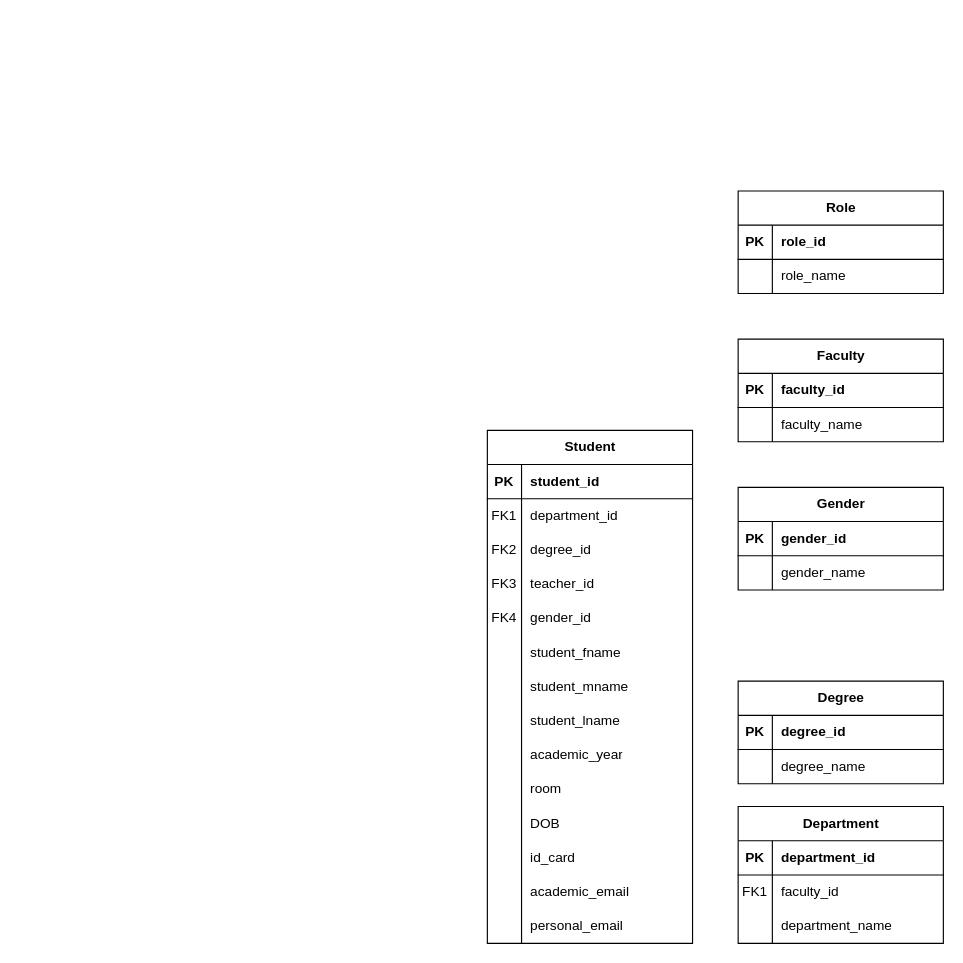
The draw.io diagram ER-LearningMate.drawio in LonebirdRamin/LearningMate, before the edit. Source tidied: cells renumbered, new cells numbered last; positions are measured from the earlier drawing's top-left corner, leaving out a move shared by most shapes. Both pictures are drawn from the tidied source at 114%, with x=0, y=0 at pixel (487, 190).
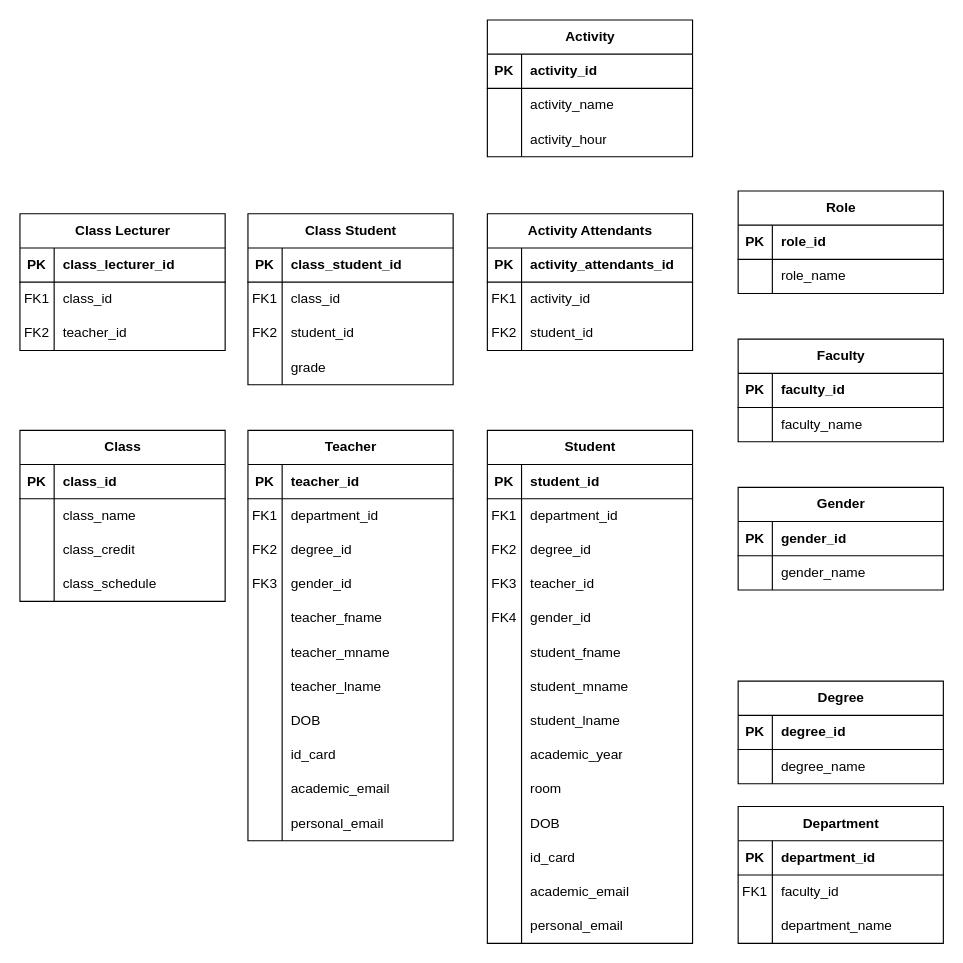
After the change.

Commit message:
Update ER-LearningMate.drawio, Complete personal info for student

What changed in the source:
```diff
@@
+    <mxCell id="83" value="Teacher" style="shape=table;startSize=30;childLayout=tableLayout;rowLines=0;fontStyle=1;align=center;html=1;" parent="1" vertex="1">
+      <mxGeometry x="-210" y="210" width="180" height="360" as="geometry" />
+    </mxCell>
+    <mxCell id="84" style="shape=tableRow;horizontal=0;startSize=0;swimlaneHead=0;swimlaneBody=0;fillColor=none;top=0;left=0;right=0;bottom=1;" parent="83" vertex="1">
+      <mxGeometry y="30" width="180" height="30" as="geometry" />
+    </mxCell>
+    <mxCell id="85" value="PK" style="shape=partialRectangle;fillColor=none;top=0;left=0;bottom=0;right=0;fontStyle=1;overflow=hidden;whiteSpace=wrap;html=1;" parent="84" vertex="1">
+      <mxGeometry width="30" height="30" as="geometry" />
+    </mxCell>
+    <mxCell id="86" value="teacher_id" style="shape=partialRectangle;fillColor=none;top=0;left=0;bottom=0;right=0;align=left;spacingLeft=6;fontStyle=1;overflow=hidden;whiteSpace=wrap;html=1;" parent="84" vertex="1">
+      <mxGeometry x="30" width="150" height="30" as="geometry" />
+    </mxCell>
+    <mxCell id="87" style="shape=tableRow;horizontal=0;startSize=0;swimlaneHead=0;swimlaneBody=0;fillColor=none;top=0;left=0;right=0;bottom=0;" parent="83" vertex="1">
+      <mxGeometry y="60" width="180" height="30" as="geometry" />
+    </mxCell>
+    <mxCell id="88" value="FK1" style="shape=partialRectangle;fillColor=none;top=0;left=0;bottom=0;right=0;overflow=hidden;whiteSpace=wrap;html=1;" parent="87" vertex="1">
+      <mxGeometry width="30" height="30" as="geometry" />
+    </mxCell>
+    <mxCell id="89" value="department_id" style="shape=partialRectangle;fillColor=none;top=0;left=0;bottom=0;right=0;align=left;spacingLeft=6;overflow=hidden;whiteSpace=wrap;html=1;" parent="87" vertex="1">
+      <mxGeometry x="30" width="150" height="30" as="geometry" />
+    </mxCell>
+    <mxCell id="90" style="shape=tableRow;horizontal=0;startSize=0;swimlaneHead=0;swimlaneBody=0;fillColor=none;top=0;left=0;right=0;bottom=0;" parent="83" vertex="1">
+      <mxGeometry y="90" width="180" height="30" as="geometry" />
+    </mxCell>
+    <mxCell id="91" value="FK2" style="shape=partialRectangle;fillColor=none;top=0;left=0;bottom=0;right=0;overflow=hidden;whiteSpace=wrap;html=1;" parent="90" vertex="1">
+      <mxGeometry width="30" height="30" as="geometry" />
+    </mxCell>
+    <mxCell id="92" value="degree_id" style="shape=partialRectangle;fillColor=none;top=0;left=0;bottom=0;right=0;align=left;spacingLeft=6;overflow=hidden;whiteSpace=wrap;html=1;" parent="90" vertex="1">
+      <mxGeometry x="30" width="150" height="30" as="geometry" />
+    </mxCell>
+    <mxCell id="93" style="shape=tableRow;horizontal=0;startSize=0;swimlaneHead=0;swimlaneBody=0;fillColor=none;top=0;left=0;right=0;bottom=0;" parent="83" vertex="1">
+      <mxGeometry y="120" width="180" height="30" as="geometry" />
+    </mxCell>
+    <mxCell id="94" value="FK3" style="shape=partialRectangle;fillColor=none;top=0;left=0;bottom=0;right=0;overflow=hidden;whiteSpace=wrap;html=1;" parent="93" vertex="1">
+      <mxGeometry width="30" height="30" as="geometry" />
+    </mxCell>
+    <mxCell id="95" value="gender_id" style="shape=partialRectangle;fillColor=none;top=0;left=0;bottom=0;right=0;align=left;spacingLeft=6;overflow=hidden;whiteSpace=wrap;html=1;" parent="93" vertex="1">
+      <mxGeometry x="30" width="150" height="30" as="geometry" />
+    </mxCell>
+    <mxCell id="96" style="shape=tableRow;horizontal=0;startSize=0;swimlaneHead=0;swimlaneBody=0;fillColor=none;top=0;left=0;right=0;bottom=0;" parent="83" vertex="1">
+      <mxGeometry y="150" width="180" height="30" as="geometry" />
+    </mxCell>
+    <mxCell id="97" style="shape=partialRectangle;fillColor=none;top=0;left=0;bottom=0;right=0;overflow=hidden;whiteSpace=wrap;html=1;" parent="96" vertex="1">
+      <mxGeometry width="30" height="30" as="geometry" />
+    </mxCell>
+    <mxCell id="98" value="teacher_fname" style="shape=partialRectangle;fillColor=none;top=0;left=0;bottom=0;right=0;align=left;spacingLeft=6;overflow=hidden;whiteSpace=wrap;html=1;" parent="96" vertex="1">
+      <mxGeometry x="30" width="150" height="30" as="geometry" />
+    </mxCell>
+    <mxCell id="99" style="shape=tableRow;horizontal=0;startSize=0;swimlaneHead=0;swimlaneBody=0;fillColor=none;top=0;left=0;right=0;bottom=0;" parent="83" vertex="1">
+      <mxGeometry y="180" width="180" height="30" as="geometry" />
+    </mxCell>
+    <mxCell id="100" style="shape=partialRectangle;fillColor=none;top=0;left=0;bottom=0;right=0;overflow=hidden;whiteSpace=wrap;html=1;" parent="99" vertex="1">
+      <mxGeometry width="30" height="30" as="geometry" />
+    </mxCell>
+    <mxCell id="101" value="teacher_mname" style="shape=partialRectangle;fillColor=none;top=0;left=0;bottom=0;right=0;align=left;spacingLeft=6;overflow=hidden;whiteSpace=wrap;html=1;" parent="99" vertex="1">
+      <mxGeometry x="30" width="150" height="30" as="geometry" />
+    </mxCell>
+    <mxCell id="102" style="shape=tableRow;horizontal=0;startSize=0;swimlaneHead=0;swimlaneBody=0;fillColor=none;top=0;left=0;right=0;bottom=0;" parent="83" vertex="1">
+      <mxGeometry y="210" width="180" height="30" as="geometry" />
+    </mxCell>
+    <mxCell id="103" style="shape=partialRectangle;fillColor=none;top=0;left=0;bottom=0;right=0;overflow=hidden;whiteSpace=wrap;html=1;" parent="102" vertex="1">
+      <mxGeometry width="30" height="30" as="geometry" />
+    </mxCell>
+    <mxCell id="104" value="teacher_lname" style="shape=partialRectangle;fillColor=none;top=0;left=0;bottom=0;right=0;align=left;spacingLeft=6;overflow=hidden;whiteSpace=wrap;html=1;" parent="102" vertex="1">
+      <mxGeometry x="30" width="150" height="30" as="geometry" />
+    </mxCell>
+    <mxCell id="105" style="shape=tableRow;horizontal=0;startSize=0;swimlaneHead=0;swimlaneBody=0;fillColor=none;top=0;left=0;right=0;bottom=0;" parent="83" vertex="1">
+      <mxGeometry y="240" width="180" height="30" as="geometry" />
+    </mxCell>
+    <mxCell id="106" style="shape=partialRectangle;fillColor=none;top=0;left=0;bottom=0;right=0;overflow=hidden;whiteSpace=wrap;html=1;" parent="105" vertex="1">
+      <mxGeometry width="30" height="30" as="geometry" />
+    </mxCell>
+    <mxCell id="107" value="DOB" style="shape=partialRectangle;fillColor=none;top=0;left=0;bottom=0;right=0;align=left;spacingLeft=6;overflow=hidden;whiteSpace=wrap;html=1;" parent="105" vertex="1">
+      <mxGeometry x="30" width="150" height="30" as="geometry" />
+    </mxCell>
+    <mxCell id="108" style="shape=tableRow;horizontal=0;startSize=0;swimlaneHead=0;swimlaneBody=0;fillColor=none;top=0;left=0;right=0;bottom=0;" parent="83" vertex="1">
+      <mxGeometry y="270" width="180" height="30" as="geometry" />
+    </mxCell>
+    <mxCell id="109" style="shape=partialRectangle;fillColor=none;top=0;left=0;bottom=0;right=0;overflow=hidden;whiteSpace=wrap;html=1;" parent="108" vertex="1">
+      <mxGeometry width="30" height="30" as="geometry" />
+    </mxCell>
+    <mxCell id="110" value="id_card" style="shape=partialRectangle;fillColor=none;top=0;left=0;bottom=0;right=0;align=left;spacingLeft=6;overflow=hidden;whiteSpace=wrap;html=1;" parent="108" vertex="1">
+      <mxGeometry x="30" width="150" height="30" as="geometry" />
+    </mxCell>
+    <mxCell id="111" style="shape=tableRow;horizontal=0;startSize=0;swimlaneHead=0;swimlaneBody=0;fillColor=none;top=0;left=0;right=0;bottom=0;" parent="83" vertex="1">
+      <mxGeometry y="300" width="180" height="30" as="geometry" />
+    </mxCell>
+    <mxCell id="112" style="shape=partialRectangle;fillColor=none;top=0;left=0;bottom=0;right=0;overflow=hidden;whiteSpace=wrap;html=1;" parent="111" vertex="1">
+      <mxGeometry width="30" height="30" as="geometry" />
+    </mxCell>
+    <mxCell id="113" value="academic_email" style="shape=partialRectangle;fillColor=none;top=0;left=0;bottom=0;right=0;align=left;spacingLeft=6;overflow=hidden;whiteSpace=wrap;html=1;" parent="111" vertex="1">
+      <mxGeometry x="30" width="150" height="30" as="geometry" />
+    </mxCell>
+    <mxCell id="114" style="shape=tableRow;horizontal=0;startSize=0;swimlaneHead=0;swimlaneBody=0;fillColor=none;top=0;left=0;right=0;bottom=0;" parent="83" vertex="1">
+      <mxGeometry y="330" width="180" height="30" as="geometry" />
+    </mxCell>
+    <mxCell id="115" style="shape=partialRectangle;fillColor=none;top=0;left=0;bottom=0;right=0;overflow=hidden;whiteSpace=wrap;html=1;" parent="114" vertex="1">
+      <mxGeometry width="30" height="30" as="geometry" />
+    </mxCell>
+    <mxCell id="116" value="personal_email" style="shape=partialRectangle;fillColor=none;top=0;left=0;bottom=0;right=0;align=left;spacingLeft=6;overflow=hidden;whiteSpace=wrap;html=1;" parent="114" vertex="1">
+      <mxGeometry x="30" width="150" height="30" as="geometry" />
+    </mxCell>
+    <mxCell id="117" value="Class" style="shape=table;startSize=30;childLayout=tableLayout;rowLines=0;fontStyle=1;align=center;html=1;" parent="1" vertex="1">
+      <mxGeometry x="-410" y="210" width="180" height="150" as="geometry" />
+    </mxCell>
+    <mxCell id="118" style="shape=tableRow;horizontal=0;startSize=0;swimlaneHead=0;swimlaneBody=0;fillColor=none;top=0;left=0;right=0;bottom=1;" parent="117" vertex="1">
+      <mxGeometry y="30" width="180" height="30" as="geometry" />
+    </mxCell>
+    <mxCell id="119" value="PK" style="shape=partialRectangle;fillColor=none;top=0;left=0;bottom=0;right=0;fontStyle=1;overflow=hidden;whiteSpace=wrap;html=1;" parent="118" vertex="1">
+      <mxGeometry width="30" height="30" as="geometry" />
+    </mxCell>
+    <mxCell id="120" value="class_id" style="shape=partialRectangle;fillColor=none;top=0;left=0;bottom=0;right=0;align=left;spacingLeft=6;fontStyle=1;overflow=hidden;whiteSpace=wrap;html=1;" parent="118" vertex="1">
+      <mxGeometry x="30" width="150" height="30" as="geometry" />
+    </mxCell>
+    <mxCell id="121" style="shape=tableRow;horizontal=0;startSize=0;swimlaneHead=0;swimlaneBody=0;fillColor=none;top=0;left=0;right=0;bottom=0;" parent="117" vertex="1">
+      <mxGeometry y="60" width="180" height="30" as="geometry" />
+    </mxCell>
+    <mxCell id="122" style="shape=partialRectangle;fillColor=none;top=0;left=0;bottom=0;right=0;overflow=hidden;whiteSpace=wrap;html=1;" parent="121" vertex="1">
+      <mxGeometry width="30" height="30" as="geometry" />
+    </mxCell>
+    <mxCell id="123" value="class_name" style="shape=partialRectangle;fillColor=none;top=0;left=0;bottom=0;right=0;align=left;spacingLeft=6;overflow=hidden;whiteSpace=wrap;html=1;" parent="121" vertex="1">
+      <mxGeometry x="30" width="150" height="30" as="geometry" />
+    </mxCell>
+    <mxCell id="124" style="shape=tableRow;horizontal=0;startSize=0;swimlaneHead=0;swimlaneBody=0;fillColor=none;top=0;left=0;right=0;bottom=0;" parent="117" vertex="1">
+      <mxGeometry y="90" width="180" height="30" as="geometry" />
+    </mxCell>
+    <mxCell id="125" style="shape=partialRectangle;fillColor=none;top=0;left=0;bottom=0;right=0;overflow=hidden;whiteSpace=wrap;html=1;" parent="124" vertex="1">
+      <mxGeometry width="30" height="30" as="geometry" />
+    </mxCell>
+    <mxCell id="126" value="class_credit" style="shape=partialRectangle;fillColor=none;top=0;left=0;bottom=0;right=0;align=left;spacingLeft=6;overflow=hidden;whiteSpace=wrap;html=1;" parent="124" vertex="1">
+      <mxGeometry x="30" width="150" height="30" as="geometry" />
+    </mxCell>
+    <mxCell id="127" style="shape=tableRow;horizontal=0;startSize=0;swimlaneHead=0;swimlaneBody=0;fillColor=none;top=0;left=0;right=0;bottom=0;" parent="117" vertex="1">
+      <mxGeometry y="120" width="180" height="30" as="geometry" />
+    </mxCell>
+    <mxCell id="128" style="shape=partialRectangle;fillColor=none;top=0;left=0;bottom=0;right=0;overflow=hidden;whiteSpace=wrap;html=1;" parent="127" vertex="1">
+      <mxGeometry width="30" height="30" as="geometry" />
+    </mxCell>
+    <mxCell id="129" value="class_schedule" style="shape=partialRectangle;fillColor=none;top=0;left=0;bottom=0;right=0;align=left;spacingLeft=6;overflow=hidden;whiteSpace=wrap;html=1;" parent="127" vertex="1">
+      <mxGeometry x="30" width="150" height="30" as="geometry" />
+    </mxCell>
+    <mxCell id="130" value="Class Lecturer" style="shape=table;startSize=30;childLayout=tableLayout;rowLines=0;fontStyle=1;align=center;html=1;" parent="1" vertex="1">
+      <mxGeometry x="-410" y="20" width="180" height="120" as="geometry" />
+    </mxCell>
+    <mxCell id="131" style="shape=tableRow;horizontal=0;startSize=0;swimlaneHead=0;swimlaneBody=0;fillColor=none;top=0;left=0;right=0;bottom=1;" parent="130" vertex="1">
+      <mxGeometry y="30" width="180" height="30" as="geometry" />
+    </mxCell>
+    <mxCell id="132" value="PK" style="shape=partialRectangle;fillColor=none;top=0;left=0;bottom=0;right=0;fontStyle=1;overflow=hidden;whiteSpace=wrap;html=1;" parent="131" vertex="1">
+      <mxGeometry width="30" height="30" as="geometry" />
+    </mxCell>
+    <mxCell id="133" value="class_lecturer_id" style="shape=partialRectangle;fillColor=none;top=0;left=0;bottom=0;right=0;align=left;spacingLeft=6;fontStyle=1;overflow=hidden;whiteSpace=wrap;html=1;" parent="131" vertex="1">
+      <mxGeometry x="30" width="150" height="30" as="geometry" />
+    </mxCell>
+    <mxCell id="134" style="shape=tableRow;horizontal=0;startSize=0;swimlaneHead=0;swimlaneBody=0;fillColor=none;top=0;left=0;right=0;bottom=0;" parent="130" vertex="1">
+      <mxGeometry y="60" width="180" height="30" as="geometry" />
+    </mxCell>
+    <mxCell id="135" value="FK1" style="shape=partialRectangle;fillColor=none;top=0;left=0;bottom=0;right=0;overflow=hidden;whiteSpace=wrap;html=1;" parent="134" vertex="1">
+      <mxGeometry width="30" height="30" as="geometry" />
+    </mxCell>
+    <mxCell id="136" value="class_id" style="shape=partialRectangle;fillColor=none;top=0;left=0;bottom=0;right=0;align=left;spacingLeft=6;overflow=hidden;whiteSpace=wrap;html=1;" parent="134" vertex="1">
+      <mxGeometry x="30" width="150" height="30" as="geometry" />
+    </mxCell>
+    <mxCell id="137" style="shape=tableRow;horizontal=0;startSize=0;swimlaneHead=0;swimlaneBody=0;fillColor=none;top=0;left=0;right=0;bottom=0;" parent="130" vertex="1">
+      <mxGeometry y="90" width="180" height="30" as="geometry" />
+    </mxCell>
+    <mxCell id="138" value="FK2" style="shape=partialRectangle;fillColor=none;top=0;left=0;bottom=0;right=0;overflow=hidden;whiteSpace=wrap;html=1;" parent="137" vertex="1">
+      <mxGeometry width="30" height="30" as="geometry" />
+    </mxCell>
+    <mxCell id="139" value="teacher_id" style="shape=partialRectangle;fillColor=none;top=0;left=0;bottom=0;right=0;align=left;spacingLeft=6;overflow=hidden;whiteSpace=wrap;html=1;" parent="137" vertex="1">
+      <mxGeometry x="30" width="150" height="30" as="geometry" />
+    </mxCell>
+    <mxCell id="140" value="Class Student" style="shape=table;startSize=30;childLayout=tableLayout;rowLines=0;fontStyle=1;align=center;html=1;" parent="1" vertex="1">
+      <mxGeometry x="-210" y="20" width="180" height="150" as="geometry" />
+    </mxCell>
+    <mxCell id="141" style="shape=tableRow;horizontal=0;startSize=0;swimlaneHead=0;swimlaneBody=0;fillColor=none;top=0;left=0;right=0;bottom=1;" parent="140" vertex="1">
+      <mxGeometry y="30" width="180" height="30" as="geometry" />
+    </mxCell>
+    <mxCell id="142" value="PK" style="shape=partialRectangle;fillColor=none;top=0;left=0;bottom=0;right=0;fontStyle=1;overflow=hidden;whiteSpace=wrap;html=1;" parent="141" vertex="1">
+      <mxGeometry width="30" height="30" as="geometry" />
+    </mxCell>
+    <mxCell id="143" value="class_student_id" style="shape=partialRectangle;fillColor=none;top=0;left=0;bottom=0;right=0;align=left;spacingLeft=6;fontStyle=1;overflow=hidden;whiteSpace=wrap;html=1;" parent="141" vertex="1">
+      <mxGeometry x="30" width="150" height="30" as="geometry" />
+    </mxCell>
+    <mxCell id="144" style="shape=tableRow;horizontal=0;startSize=0;swimlaneHead=0;swimlaneBody=0;fillColor=none;top=0;left=0;right=0;bottom=0;" parent="140" vertex="1">
+      <mxGeometry y="60" width="180" height="30" as="geometry" />
+    </mxCell>
+    <mxCell id="145" value="FK1" style="shape=partialRectangle;fillColor=none;top=0;left=0;bottom=0;right=0;overflow=hidden;whiteSpace=wrap;html=1;" parent="144" vertex="1">
+      <mxGeometry width="30" height="30" as="geometry" />
+    </mxCell>
+    <mxCell id="146" value="class_id" style="shape=partialRectangle;fillColor=none;top=0;left=0;bottom=0;right=0;align=left;spacingLeft=6;overflow=hidden;whiteSpace=wrap;html=1;" parent="144" vertex="1">
+      <mxGeometry x="30" width="150" height="30" as="geometry" />
+    </mxCell>
+    <mxCell id="147" style="shape=tableRow;horizontal=0;startSize=0;swimlaneHead=0;swimlaneBody=0;fillColor=none;top=0;left=0;right=0;bottom=0;" parent="140" vertex="1">
+      <mxGeometry y="90" width="180" height="30" as="geometry" />
+    </mxCell>
+    <mxCell id="148" value="FK2" style="shape=partialRectangle;fillColor=none;top=0;left=0;bottom=0;right=0;overflow=hidden;whiteSpace=wrap;html=1;" parent="147" vertex="1">
+      <mxGeometry width="30" height="30" as="geometry" />
+    </mxCell>
+    <mxCell id="149" value="student_id" style="shape=partialRectangle;fillColor=none;top=0;left=0;bottom=0;right=0;align=left;spacingLeft=6;overflow=hidden;whiteSpace=wrap;html=1;" parent="147" vertex="1">
+      <mxGeometry x="30" width="150" height="30" as="geometry" />
+    </mxCell>
+    <mxCell id="150" style="shape=tableRow;horizontal=0;startSize=0;swimlaneHead=0;swimlaneBody=0;fillColor=none;top=0;left=0;right=0;bottom=0;" parent="140" vertex="1">
+      <mxGeometry y="120" width="180" height="30" as="geometry" />
+    </mxCell>
+    <mxCell id="151" style="shape=partialRectangle;fillColor=none;top=0;left=0;bottom=0;right=0;overflow=hidden;whiteSpace=wrap;html=1;" parent="150" vertex="1">
+      <mxGeometry width="30" height="30" as="geometry" />
+    </mxCell>
+    <mxCell id="152" value="grade" style="shape=partialRectangle;fillColor=none;top=0;left=0;bottom=0;right=0;align=left;spacingLeft=6;overflow=hidden;whiteSpace=wrap;html=1;" parent="150" vertex="1">
+      <mxGeometry x="30" width="150" height="30" as="geometry" />
+    </mxCell>
+    <mxCell id="153" value="Activity" style="shape=table;startSize=30;childLayout=tableLayout;rowLines=0;fontStyle=1;align=center;html=1;" parent="1" vertex="1">
+      <mxGeometry y="-150" width="180" height="120" as="geometry" />
+    </mxCell>
+    <mxCell id="154" style="shape=tableRow;horizontal=0;startSize=0;swimlaneHead=0;swimlaneBody=0;fillColor=none;top=0;left=0;right=0;bottom=1;" parent="153" vertex="1">
+      <mxGeometry y="30" width="180" height="30" as="geometry" />
+    </mxCell>
+    <mxCell id="155" value="PK" style="shape=partialRectangle;fillColor=none;top=0;left=0;bottom=0;right=0;fontStyle=1;overflow=hidden;whiteSpace=wrap;html=1;" parent="154" vertex="1">
+      <mxGeometry width="30" height="30" as="geometry" />
+    </mxCell>
+    <mxCell id="156" value="activity_id" style="shape=partialRectangle;fillColor=none;top=0;left=0;bottom=0;right=0;align=left;spacingLeft=6;fontStyle=1;overflow=hidden;whiteSpace=wrap;html=1;" parent="154" vertex="1">
+      <mxGeometry x="30" width="150" height="30" as="geometry" />
+    </mxCell>
+    <mxCell id="157" style="shape=tableRow;horizontal=0;startSize=0;swimlaneHead=0;swimlaneBody=0;fillColor=none;top=0;left=0;right=0;bottom=0;" parent="153" vertex="1">
+      <mxGeometry y="60" width="180" height="30" as="geometry" />
+    </mxCell>
+    <mxCell id="158" style="shape=partialRectangle;fillColor=none;top=0;left=0;bottom=0;right=0;overflow=hidden;whiteSpace=wrap;html=1;" parent="157" vertex="1">
+      <mxGeometry width="30" height="30" as="geometry" />
+    </mxCell>
+    <mxCell id="159" value="activity_name" style="shape=partialRectangle;fillColor=none;top=0;left=0;bottom=0;right=0;align=left;spacingLeft=6;overflow=hidden;whiteSpace=wrap;html=1;" parent="157" vertex="1">
+      <mxGeometry x="30" width="150" height="30" as="geometry" />
+    </mxCell>
+    <mxCell id="160" style="shape=tableRow;horizontal=0;startSize=0;swimlaneHead=0;swimlaneBody=0;fillColor=none;top=0;left=0;right=0;bottom=0;" parent="153" vertex="1">
+      <mxGeometry y="90" width="180" height="30" as="geometry" />
+    </mxCell>
+    <mxCell id="161" style="shape=partialRectangle;fillColor=none;top=0;left=0;bottom=0;right=0;overflow=hidden;whiteSpace=wrap;html=1;" parent="160" vertex="1">
+      <mxGeometry width="30" height="30" as="geometry" />
+    </mxCell>
+    <mxCell id="162" value="activity_hour" style="shape=partialRectangle;fillColor=none;top=0;left=0;bottom=0;right=0;align=left;spacingLeft=6;overflow=hidden;whiteSpace=wrap;html=1;" parent="160" vertex="1">
+      <mxGeometry x="30" width="150" height="30" as="geometry" />
+    </mxCell>
+    <mxCell id="163" value="Activity Attendants" style="shape=table;startSize=30;childLayout=tableLayout;rowLines=0;fontStyle=1;align=center;html=1;" parent="1" vertex="1">
+      <mxGeometry y="20" width="180" height="120" as="geometry" />
+    </mxCell>
+    <mxCell id="164" style="shape=tableRow;horizontal=0;startSize=0;swimlaneHead=0;swimlaneBody=0;fillColor=none;top=0;left=0;right=0;bottom=1;" parent="163" vertex="1">
+      <mxGeometry y="30" width="180" height="30" as="geometry" />
+    </mxCell>
+    <mxCell id="165" value="PK" style="shape=partialRectangle;fillColor=none;top=0;left=0;bottom=0;right=0;fontStyle=1;overflow=hidden;whiteSpace=wrap;html=1;" parent="164" vertex="1">
+      <mxGeometry width="30" height="30" as="geometry" />
+    </mxCell>
+    <mxCell id="166" value="activity_attendants_id" style="shape=partialRectangle;fillColor=none;top=0;left=0;bottom=0;right=0;align=left;spacingLeft=6;fontStyle=1;overflow=hidden;whiteSpace=wrap;html=1;" parent="164" vertex="1">
+      <mxGeometry x="30" width="150" height="30" as="geometry" />
+    </mxCell>
+    <mxCell id="167" style="shape=tableRow;horizontal=0;startSize=0;swimlaneHead=0;swimlaneBody=0;fillColor=none;top=0;left=0;right=0;bottom=0;" parent="163" vertex="1">
+      <mxGeometry y="60" width="180" height="30" as="geometry" />
+    </mxCell>
+    <mxCell id="168" value="FK1" style="shape=partialRectangle;fillColor=none;top=0;left=0;bottom=0;right=0;overflow=hidden;whiteSpace=wrap;html=1;" parent="167" vertex="1">
+      <mxGeometry width="30" height="30" as="geometry" />
+    </mxCell>
+    <mxCell id="169" value="activity_id" style="shape=partialRectangle;fillColor=none;top=0;left=0;bottom=0;right=0;align=left;spacingLeft=6;overflow=hidden;whiteSpace=wrap;html=1;" parent="167" vertex="1">
+      <mxGeometry x="30" width="150" height="30" as="geometry" />
+    </mxCell>
+    <mxCell id="170" style="shape=tableRow;horizontal=0;startSize=0;swimlaneHead=0;swimlaneBody=0;fillColor=none;top=0;left=0;right=0;bottom=0;" parent="163" vertex="1">
+      <mxGeometry y="90" width="180" height="30" as="geometry" />
+    </mxCell>
+    <mxCell id="171" value="FK2" style="shape=partialRectangle;fillColor=none;top=0;left=0;bottom=0;right=0;overflow=hidden;whiteSpace=wrap;html=1;" parent="170" vertex="1">
+      <mxGeometry width="30" height="30" as="geometry" />
+    </mxCell>
+    <mxCell id="172" value="student_id" style="shape=partialRectangle;fillColor=none;top=0;left=0;bottom=0;right=0;align=left;spacingLeft=6;overflow=hidden;whiteSpace=wrap;html=1;" parent="170" vertex="1">
+      <mxGeometry x="30" width="150" height="30" as="geometry" />
+    </mxCell>
```
